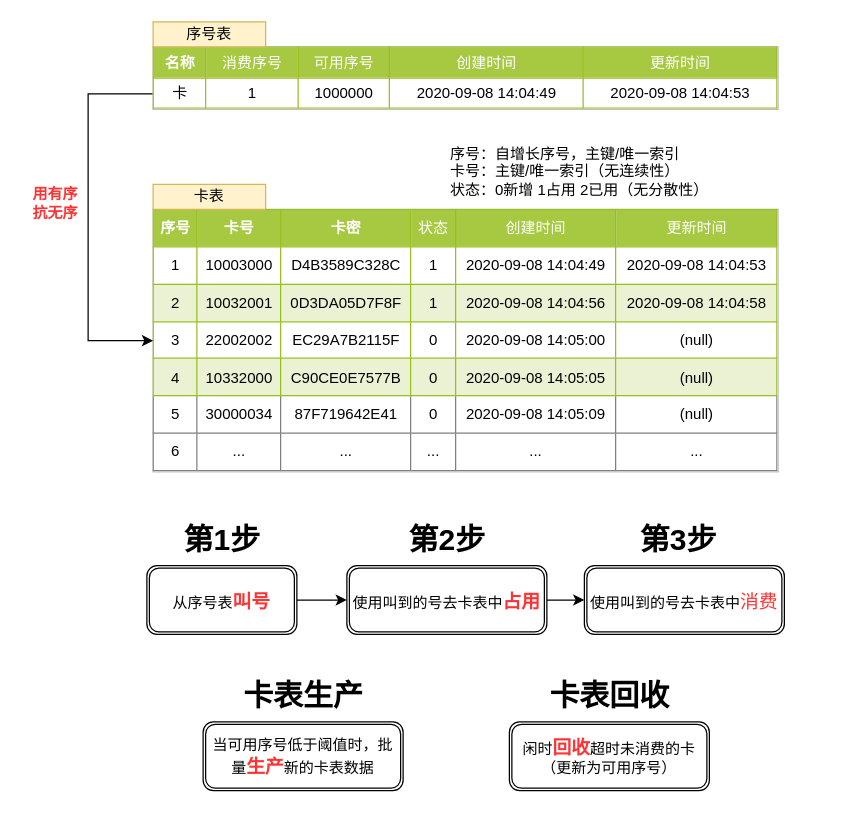
This is _scripts/rationale.drawio from bingoohuang/tannangquwu, a draw.io file, before an edit. Source tidied: cells renumbered, new cells numbered last; positions are measured from the earlier drawing's top-left corner, leaving out a move shared by most shapes. Both pictures are drawn from the tidied source at 125%, with x=0, y=0 at pixel (21, 21).
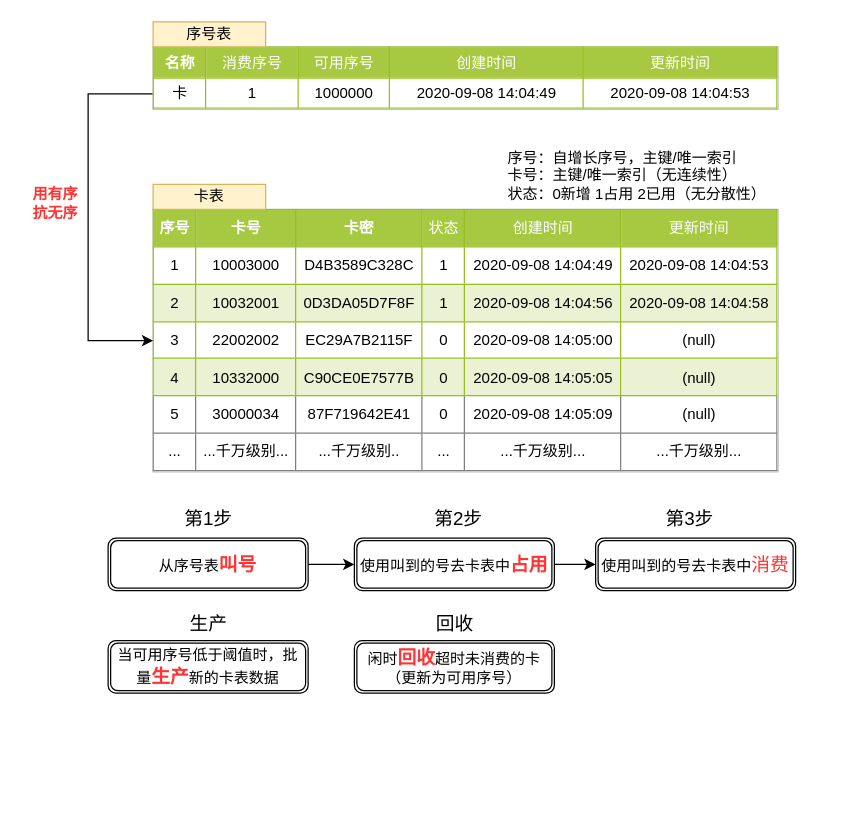
After the change.

Diff of the diagram source:
```diff
@@
-    <mxCell id="2" value="&lt;table border=&quot;1&quot; width=&quot;100%&quot; cellpadding=&quot;4&quot; style=&quot;width: 100% ; height: 100% ; border-collapse: collapse&quot;&gt;&lt;tbody&gt;&lt;tr style=&quot;background-color: #a7c942 ; color: #ffffff ; border: 1px solid #98bf21&quot;&gt;&lt;th&gt;序号&lt;/th&gt;&lt;th&gt;卡号&lt;/th&gt;&lt;th&gt;卡密&lt;/th&gt;&lt;td&gt;状态&lt;/td&gt;&lt;td&gt;创建时间&lt;/td&gt;&lt;td&gt;更新时间&lt;/td&gt;&lt;/tr&gt;&lt;tr style=&quot;border: 1px solid #98bf21&quot;&gt;&lt;td&gt;1&lt;/td&gt;&lt;td&gt;10003000&lt;/td&gt;&lt;td&gt;D4B3589C328C&lt;/td&gt;&lt;td&gt;1&lt;/td&gt;&lt;td&gt;2020-09-08 14:04:49&lt;/td&gt;&lt;td&gt;2020-09-08 14:04:53&lt;/td&gt;&lt;/tr&gt;&lt;tr style=&quot;background-color: #eaf2d3 ; border: 1px solid #98bf21&quot;&gt;&lt;td&gt;2&lt;/td&gt;&lt;td&gt;10032001&lt;/td&gt;&lt;td&gt;0D3DA05D7F8F&lt;/td&gt;&lt;td&gt;1&lt;/td&gt;&lt;td&gt;2020-09-08 14:04:56&lt;/td&gt;&lt;td&gt;2020-09-08 14:04:58&lt;/td&gt;&lt;/tr&gt;&lt;tr style=&quot;border: 1px solid #98bf21&quot;&gt;&lt;td&gt;3&lt;/td&gt;&lt;td&gt;22002002&lt;/td&gt;&lt;td&gt;EC29A7B2115F&lt;/td&gt;&lt;td&gt;0&lt;/td&gt;&lt;td&gt;2020-09-08 14:05:00&lt;/td&gt;&lt;td&gt;(null)&lt;/td&gt;&lt;/tr&gt;&lt;tr style=&quot;background-color: #eaf2d3 ; border: 1px solid #98bf21&quot;&gt;&lt;td&gt;4&lt;/td&gt;&lt;td&gt;10332000&lt;/td&gt;&lt;td&gt;C90CE0E7577B&lt;/td&gt;&lt;td&gt;0&lt;/td&gt;&lt;td&gt;2020-09-08 14:05:05&lt;/td&gt;&lt;td&gt;(null)&lt;br&gt;&lt;/td&gt;&lt;/tr&gt;&lt;tr&gt;&lt;td&gt;5&lt;/td&gt;&lt;td&gt;30000034&lt;/td&gt;&lt;td&gt;87F719642E41&lt;br&gt;&lt;/td&gt;&lt;td&gt;0&lt;/td&gt;&lt;td&gt;2020-09-08 14:05:09&lt;/td&gt;&lt;td&gt;(null)&lt;br&gt;&lt;/td&gt;&lt;/tr&gt;&lt;tr&gt;&lt;td&gt;6&lt;/td&gt;&lt;td&gt;...&lt;/td&gt;&lt;td&gt;...&lt;/td&gt;&lt;td&gt;...&lt;/td&gt;&lt;td&gt;...&lt;/td&gt;&lt;td&gt;...&lt;/td&gt;&lt;/tr&gt;&lt;/tbody&gt;&lt;/table&gt;" style="text;html=1;strokeColor=#c0c0c0;fillColor=#ffffff;overflow=fill;rounded=0;align=center;" parent="1" vertex="1">
+    <mxCell id="2" value="&lt;table border=&quot;1&quot; width=&quot;100%&quot; cellpadding=&quot;4&quot; style=&quot;width: 100% ; height: 100% ; border-collapse: collapse&quot;&gt;&lt;tbody&gt;&lt;tr style=&quot;background-color: #a7c942 ; color: #ffffff ; border: 1px solid #98bf21&quot;&gt;&lt;th&gt;序号&lt;/th&gt;&lt;th&gt;卡号&lt;/th&gt;&lt;th&gt;卡密&lt;/th&gt;&lt;td&gt;状态&lt;/td&gt;&lt;td&gt;创建时间&lt;/td&gt;&lt;td&gt;更新时间&lt;/td&gt;&lt;/tr&gt;&lt;tr style=&quot;border: 1px solid #98bf21&quot;&gt;&lt;td&gt;1&lt;/td&gt;&lt;td&gt;10003000&lt;/td&gt;&lt;td&gt;D4B3589C328C&lt;/td&gt;&lt;td&gt;1&lt;/td&gt;&lt;td&gt;2020-09-08 14:04:49&lt;/td&gt;&lt;td&gt;2020-09-08 14:04:53&lt;/td&gt;&lt;/tr&gt;&lt;tr style=&quot;background-color: #eaf2d3 ; border: 1px solid #98bf21&quot;&gt;&lt;td&gt;2&lt;/td&gt;&lt;td&gt;10032001&lt;/td&gt;&lt;td&gt;0D3DA05D7F8F&lt;/td&gt;&lt;td&gt;1&lt;/td&gt;&lt;td&gt;2020-09-08 14:04:56&lt;/td&gt;&lt;td&gt;2020-09-08 14:04:58&lt;/td&gt;&lt;/tr&gt;&lt;tr style=&quot;border: 1px solid #98bf21&quot;&gt;&lt;td&gt;3&lt;/td&gt;&lt;td&gt;22002002&lt;/td&gt;&lt;td&gt;EC29A7B2115F&lt;/td&gt;&lt;td&gt;0&lt;/td&gt;&lt;td&gt;2020-09-08 14:05:00&lt;/td&gt;&lt;td&gt;(null)&lt;/td&gt;&lt;/tr&gt;&lt;tr style=&quot;background-color: #eaf2d3 ; border: 1px solid #98bf21&quot;&gt;&lt;td&gt;4&lt;/td&gt;&lt;td&gt;10332000&lt;/td&gt;&lt;td&gt;C90CE0E7577B&lt;/td&gt;&lt;td&gt;0&lt;/td&gt;&lt;td&gt;2020-09-08 14:05:05&lt;/td&gt;&lt;td&gt;(null)&lt;br&gt;&lt;/td&gt;&lt;/tr&gt;&lt;tr&gt;&lt;td&gt;5&lt;/td&gt;&lt;td&gt;30000034&lt;/td&gt;&lt;td&gt;87F719642E41&lt;br&gt;&lt;/td&gt;&lt;td&gt;0&lt;/td&gt;&lt;td&gt;2020-09-08 14:05:09&lt;/td&gt;&lt;td&gt;(null)&lt;br&gt;&lt;/td&gt;&lt;/tr&gt;&lt;tr&gt;&lt;td&gt;...&lt;/td&gt;&lt;td&gt;...千万级别...&lt;/td&gt;&lt;td&gt;...千万级别..&lt;/td&gt;&lt;td&gt;...&lt;/td&gt;&lt;td&gt;...千万级别...&lt;/td&gt;&lt;td&gt;...千万级别...&lt;/td&gt;&lt;/tr&gt;&lt;/tbody&gt;&lt;/table&gt;" style="text;html=1;strokeColor=#c0c0c0;fillColor=#ffffff;overflow=fill;rounded=0;align=center;" parent="1" vertex="1">
       <mxGeometry x="105" y="150" width="500" height="210" as="geometry" />
     </mxCell>
     <mxCell id="3" value="&lt;div&gt;序号：自增长序号，&lt;span&gt;主键/唯一索引&lt;/span&gt;&lt;/div&gt;&lt;div&gt;&lt;span&gt;卡号：主键/唯一索引（无连续性）&lt;/span&gt;&lt;/div&gt;&lt;div&gt;&lt;span&gt;状态：0新增 1占用 2已用（无分散性）&lt;/span&gt;&lt;/div&gt;" style="text;html=1;strokeColor=none;fillColor=none;align=left;verticalAlign=middle;whiteSpace=wrap;rounded=0;" parent="1" vertex="1">
-      <mxGeometry x="341" y="110" width="264" height="20" as="geometry" />
+      <mxGeometry x="387" y="113" width="264" height="20" as="geometry" />
     </mxCell>
@@
     <mxCell id="8" value="从序号表&lt;font color=&quot;#ff3333&quot; size=&quot;1&quot;&gt;&lt;b style=&quot;font-size: 15px&quot;&gt;叫号&lt;/b&gt;&lt;/font&gt;" style="shape=ext;double=1;rounded=1;whiteSpace=wrap;html=1;" parent="1" vertex="1">
-      <mxGeometry x="100" y="435" width="120" height="55" as="geometry" />
+      <mxGeometry x="69" y="413" width="160" height="42" as="geometry" />
     </mxCell>
@@
     <mxCell id="10" value="使用叫到的号去卡表中&lt;font style=&quot;font-size: 15px&quot; color=&quot;#ff3333&quot;&gt;&lt;b&gt;占用&lt;/b&gt;&lt;/font&gt;" style="shape=ext;double=1;rounded=1;whiteSpace=wrap;html=1;" parent="1" vertex="1">
-      <mxGeometry x="260" y="435" width="160" height="55" as="geometry" />
+      <mxGeometry x="266" y="413" width="160" height="42" as="geometry" />
     </mxCell>
     <mxCell id="11" value="使用叫到的号去卡表中&lt;font style=&quot;font-size: 15px&quot; color=&quot;#ff3333&quot;&gt;消费&lt;/font&gt;" style="shape=ext;double=1;rounded=1;whiteSpace=wrap;html=1;" parent="1" vertex="1">
-      <mxGeometry x="450" y="435" width="160" height="55" as="geometry" />
+      <mxGeometry x="459" y="413" width="160" height="42" as="geometry" />
     </mxCell>
-    <mxCell id="12" value="第1步" style="text;strokeColor=none;fillColor=none;html=1;fontSize=24;fontStyle=1;verticalAlign=middle;align=center;" parent="1" vertex="1">
-      <mxGeometry x="110" y="395" width="100" height="40" as="geometry" />
+    <mxCell id="12" value="第1步" style="text;strokeColor=none;fillColor=none;html=1;fontSize=15;fontStyle=0;verticalAlign=middle;align=center;" parent="1" vertex="1">
+      <mxGeometry x="99" y="377" width="100" height="40" as="geometry" />
     </mxCell>
-    <mxCell id="13" value="第2步" style="text;strokeColor=none;fillColor=none;html=1;fontSize=24;fontStyle=1;verticalAlign=middle;align=center;" parent="1" vertex="1">
-      <mxGeometry x="290" y="395" width="100" height="40" as="geometry" />
+    <mxCell id="13" value="第2步" style="text;strokeColor=none;fillColor=none;html=1;fontSize=15;fontStyle=0;verticalAlign=middle;align=center;" parent="1" vertex="1">
+      <mxGeometry x="299" y="377" width="100" height="40" as="geometry" />
     </mxCell>
-    <mxCell id="14" value="第3步" style="text;strokeColor=none;fillColor=none;html=1;fontSize=24;fontStyle=1;verticalAlign=middle;align=center;" parent="1" vertex="1">
-      <mxGeometry x="475" y="395" width="100" height="40" as="geometry" />
+    <mxCell id="14" value="第3步" style="text;strokeColor=none;fillColor=none;html=1;fontSize=15;fontStyle=0;verticalAlign=middle;align=center;" parent="1" vertex="1">
+      <mxGeometry x="484" y="377" width="100" height="40" as="geometry" />
     </mxCell>
     <mxCell id="15" value="&lt;font style=&quot;font-size: 12px&quot;&gt;闲时&lt;/font&gt;&lt;b style=&quot;color: rgb(255 , 51 , 51) ; font-size: 15px&quot;&gt;回收&lt;/b&gt;超时未消费的卡&lt;br&gt;（更新为可用序号）" style="shape=ext;double=1;rounded=1;whiteSpace=wrap;html=1;" parent="1" vertex="1">
-      <mxGeometry x="390" y="560" width="160" height="55" as="geometry" />
+      <mxGeometry x="266" y="495" width="160" height="42" as="geometry" />
     </mxCell>
-    <mxCell id="16" value="卡表回收" style="text;strokeColor=none;fillColor=none;html=1;fontSize=24;fontStyle=1;verticalAlign=middle;align=center;" parent="1" vertex="1">
-      <mxGeometry x="420" y="520" width="100" height="40" as="geometry" />
+    <mxCell id="16" value="回收" style="text;strokeColor=none;fillColor=none;html=1;fontSize=15;fontStyle=0;verticalAlign=middle;align=center;" parent="1" vertex="1">
+      <mxGeometry x="296" y="461" width="100" height="40" as="geometry" />
     </mxCell>
@@
     <mxCell id="18" value="当可用序号低于阈值时，批量&lt;font style=&quot;font-size: 15px&quot; color=&quot;#ff3333&quot;&gt;&lt;b&gt;生产&lt;/b&gt;&lt;/font&gt;新的卡表数据" style="shape=ext;double=1;rounded=1;whiteSpace=wrap;html=1;" parent="1" vertex="1">
-      <mxGeometry x="145" y="560" width="160" height="55" as="geometry" />
+      <mxGeometry x="69" y="495" width="160" height="42" as="geometry" />
     </mxCell>
-    <mxCell id="19" value="卡表生产" style="text;strokeColor=none;fillColor=none;html=1;fontSize=24;fontStyle=1;verticalAlign=middle;align=center;" parent="1" vertex="1">
-      <mxGeometry x="175" y="520" width="100" height="40" as="geometry" />
+    <mxCell id="19" value="生产" style="text;strokeColor=none;fillColor=none;html=1;fontSize=15;fontStyle=0;verticalAlign=middle;align=center;" parent="1" vertex="1">
+      <mxGeometry x="99" y="461" width="100" height="40" as="geometry" />
     </mxCell>
```
